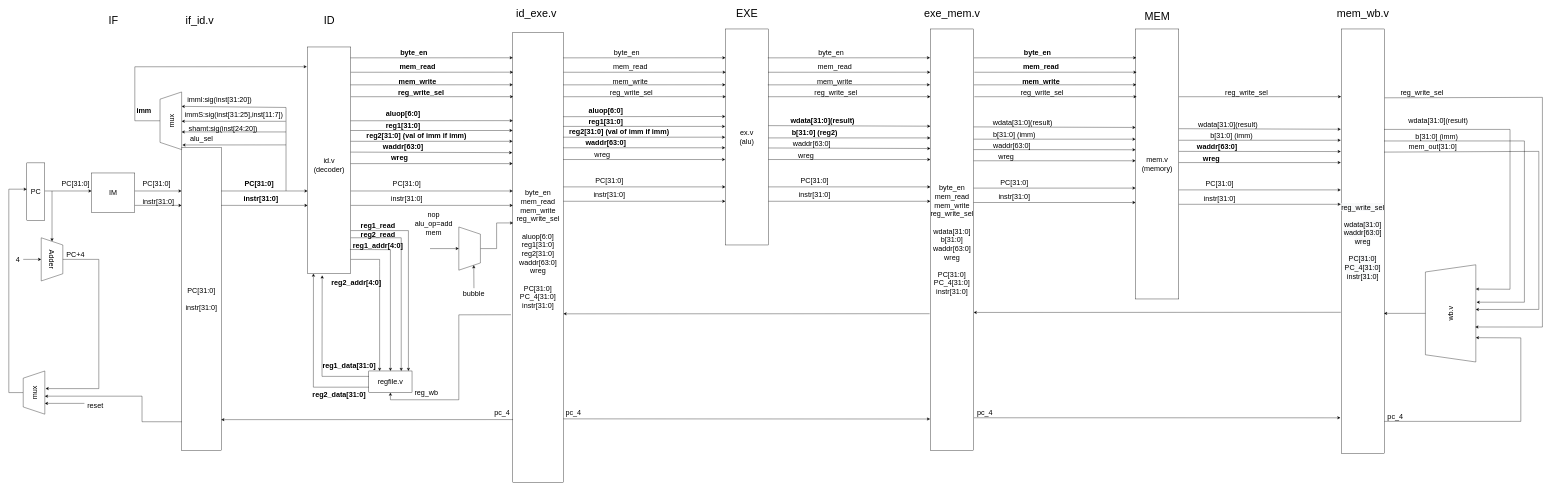
This is Untitled Diagram.drawio from li-ziang/-.cpp, a draw.io file, before an edit. Source tidied: cells renumbered, new cells numbered last; positions are measured from the earlier drawing's top-left corner, leaving out a move shared by most shapes. Both pictures are drawn from the tidied source at 36%, with x=0, y=0 at pixel (9, 7).
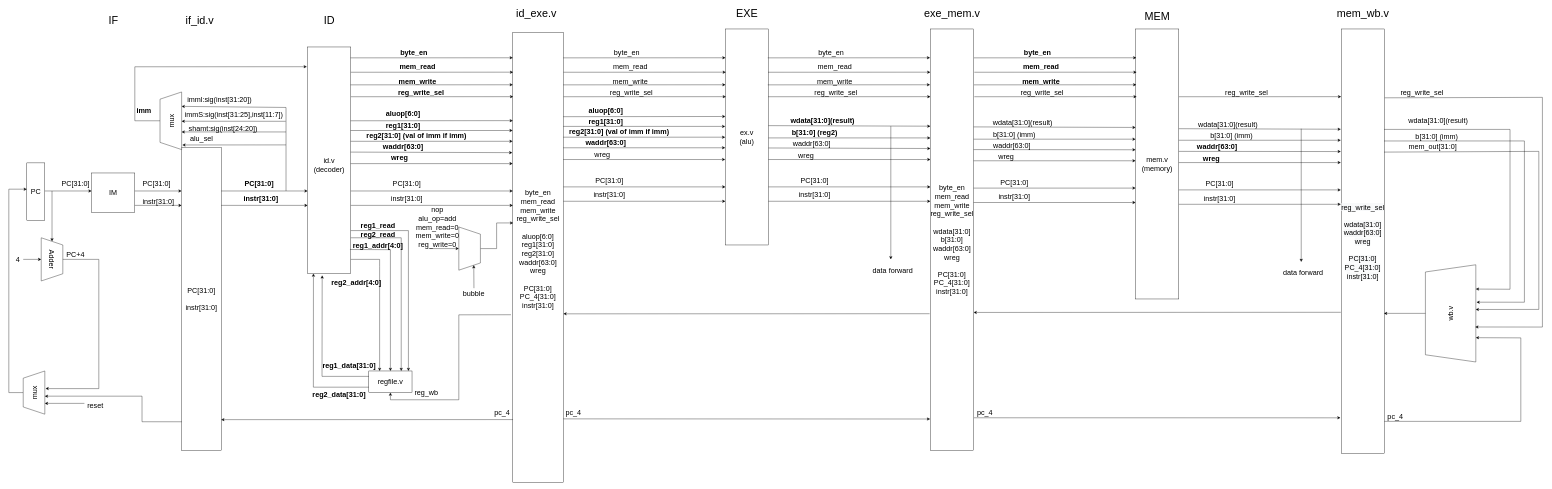
The same diagram, later.

The edit, as a diff of the source:
```diff
@@
-    <mxCell id="140" value="nop&lt;br&gt;alu_op=add&lt;br&gt;mem" style="text;html=1;align=center;verticalAlign=middle;strokeColor=none;fillColor=none;fontSize=20;" parent="1" vertex="1">
-      <mxGeometry x="1120" y="560" width="120" height="80" as="geometry" />
+    <mxCell id="140" value="nop&lt;br&gt;alu_op=add&lt;br&gt;mem_read=0&lt;br&gt;mem_write=0&lt;br&gt;reg_write=0" style="text;html=1;align=center;verticalAlign=middle;strokeColor=none;fillColor=none;fontSize=20;" parent="1" vertex="1">
+      <mxGeometry x="1120" y="545" width="140" height="130" as="geometry" />
     </mxCell>
@@
+    <mxCell id="190" style="endArrow=classic;html=1;rounded=0;" parent="1" edge="1">
+      <mxGeometry relative="1" as="geometry">
+        <mxPoint x="2450" y="330" as="sourcePoint" />
+        <mxPoint x="2450" y="700" as="targetPoint" />
+      </mxGeometry>
+    </mxCell>
+    <mxCell id="191" value="data forward" style="text;html=1;align=center;verticalAlign=middle;strokeColor=none;fillColor=none;fontSize=20;" parent="1" vertex="1">
+      <mxGeometry x="2390" y="715" width="130" height="30" as="geometry" />
+    </mxCell>
+    <mxCell id="192" style="endArrow=classic;html=1;rounded=0;" parent="1" edge="1">
+      <mxGeometry relative="1" as="geometry">
+        <mxPoint x="3590" y="337" as="sourcePoint" />
+        <mxPoint x="3590" y="707" as="targetPoint" />
+      </mxGeometry>
+    </mxCell>
+    <mxCell id="193" value="data forward" style="text;html=1;align=center;verticalAlign=middle;strokeColor=none;fillColor=none;fontSize=20;" parent="1" vertex="1">
+      <mxGeometry x="3530" y="722" width="130" height="30" as="geometry" />
+    </mxCell>
```
